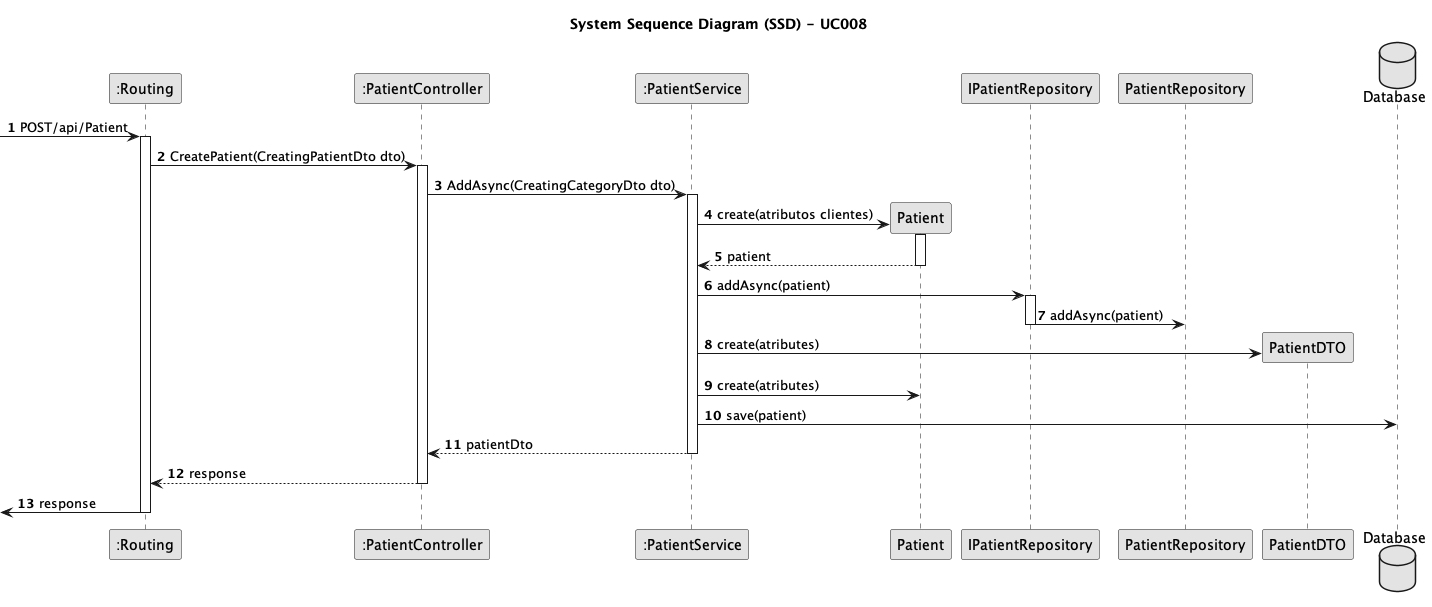
The PlantUML diagram docs/SprintA/UseCases/UC008/03.design/png/uc008-sequence-diagram.png in 1221124/sem5pi-24-25-g031, before a commit. The source it was exported from:
```plantuml
@startuml
skinparam monochrome true
skinparam packageStyle rectangle
skinparam shadowing false
autonumber

title System Sequence Diagram (SSD) - UC008

participant ":Routing" as Routing
participant ":PatientController" as Controller
participant ":PatientService" as Service
participant "Patient" as Patient
participant "IPatientRepository" as IPatientRepositry
participant "PatientRepository" as PatientRepository
participant "PatientDTO" as PatientDTO
database "Database" as Database

->  Routing: POST/api/Patient
activate Routing

    Routing -> Controller: CreatePatient(CreatingPatientDto dto)
    activate Controller

        Controller -> Service: AddAsync(CreatingCategoryDto dto)
        activate Service

            Service -> Patient**: create(atributos clientes)
            activate Patient

                Patient --> Service: patient
            deactivate Patient

            Service -> IPatientRepositry: addAsync(patient)
            activate IPatientRepositry

                IPatientRepositry -> PatientRepository: addAsync(patient)
            deactivate IPatientRepositry

            Service -> PatientDTO**: create(atributes)

            Service -> Patient: create(atributes)

            Service -> Database: save(patient)

            Service --> Controller: patientDto
        deactivate Service

        Controller --> Routing: response
    deactivate Controller

    <- Routing: response
deactivate Routing


@enduml
```
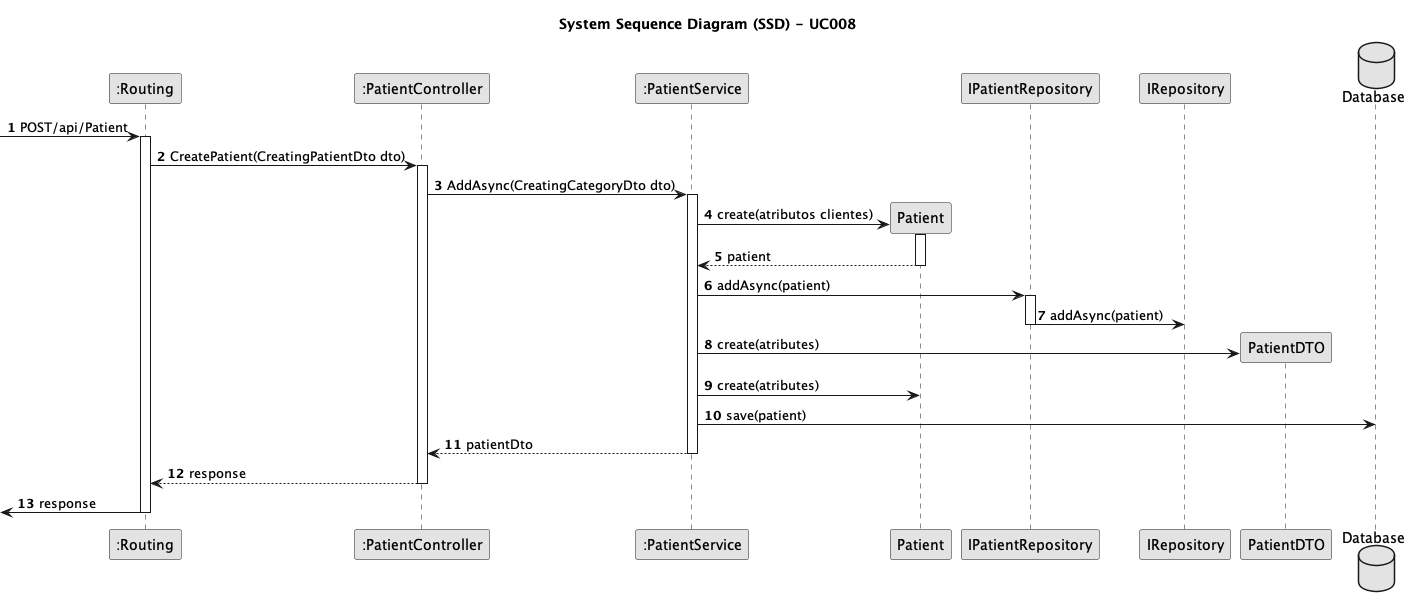
After the change.

Change to the diagram source:
```diff
@@ -11,7 +11,7 @@
 participant ":PatientService" as Service
 participant "Patient" as Patient
 participant "IPatientRepository" as IPatientRepositry
-participant "PatientRepository" as PatientRepository
+participant "IRepository" as IRepository
 participant "PatientDTO" as PatientDTO
 database "Database" as Database
 
@@ -33,7 +33,7 @@
             Service -> IPatientRepositry: addAsync(patient)
             activate IPatientRepositry
 
-                IPatientRepositry -> PatientRepository: addAsync(patient)
+                IPatientRepositry -> IRepository: addAsync(patient)
             deactivate IPatientRepositry
 
             Service -> PatientDTO**: create(atributes)
```
